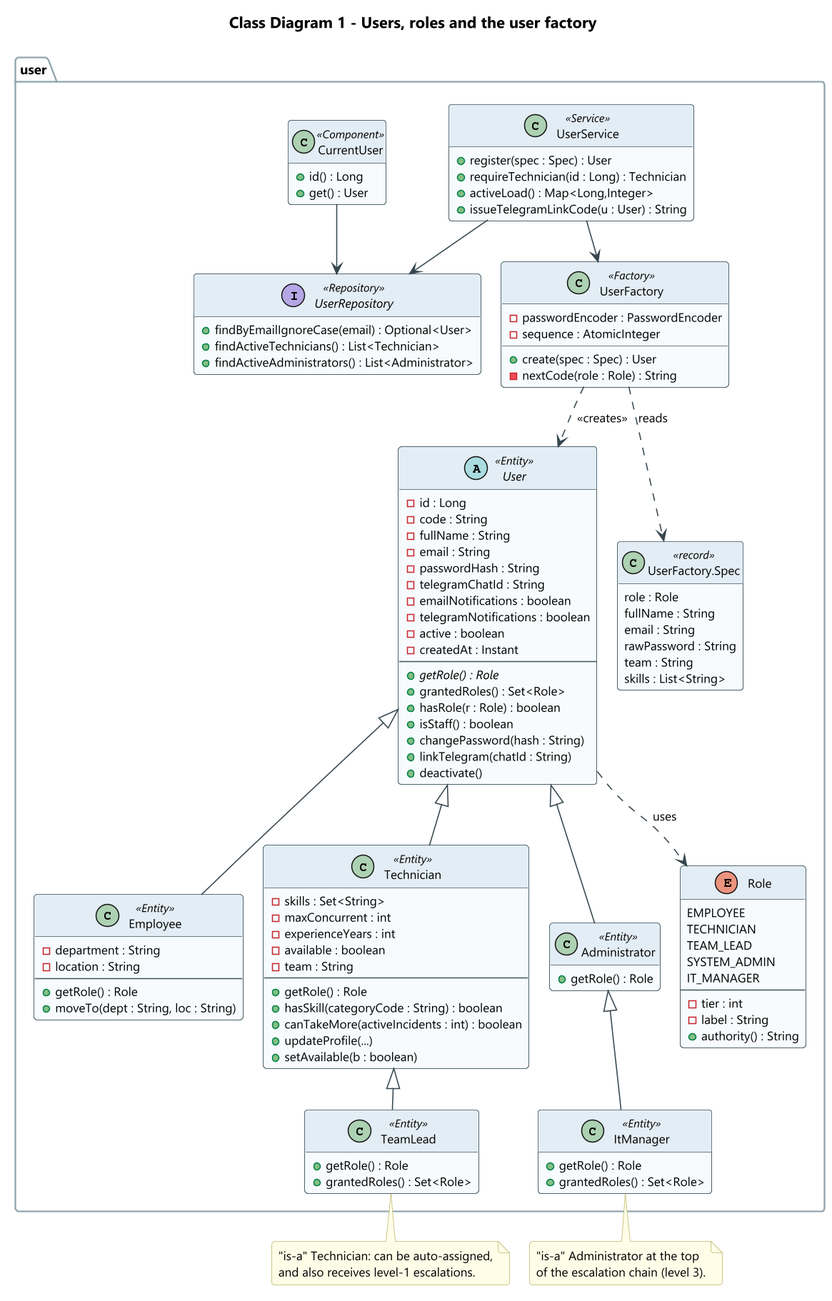
The PlantUML diagram docs/uml/class-users.png in ashaswanth10-a11y/OOP_37, before a commit.
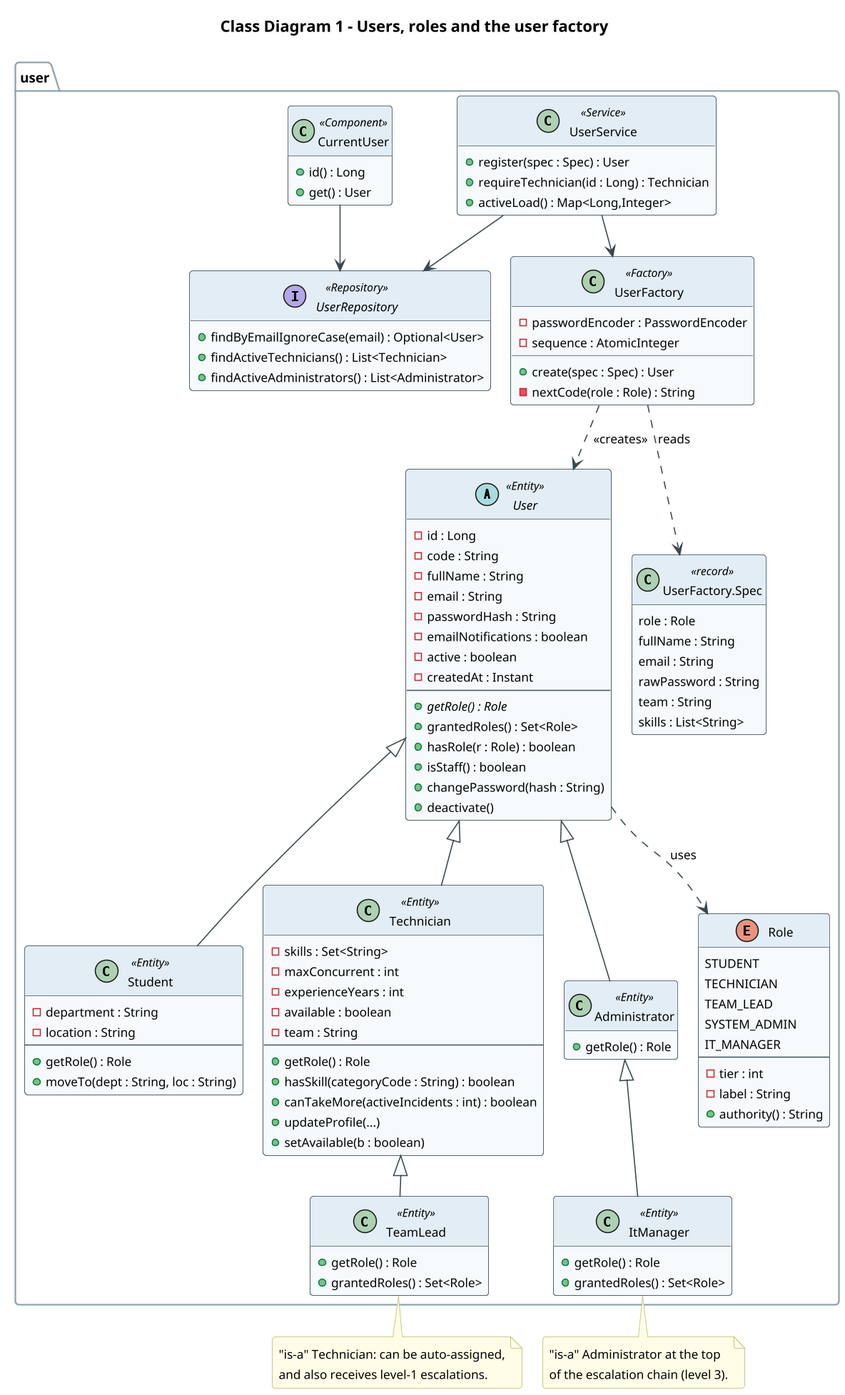
After the change.

Diff of the diagram source:
```diff
@@ -9,9 +9,7 @@
     - fullName : String
     - email : String
     - passwordHash : String
-    - telegramChatId : String
     - emailNotifications : boolean
-    - telegramNotifications : boolean
     - active : boolean
     - createdAt : Instant
     --
@@ -20,11 +18,10 @@
     + hasRole(r : Role) : boolean
     + isStaff() : boolean
     + changePassword(hash : String)
-    + linkTelegram(chatId : String)
     + deactivate()
   }
 
-  class Employee <<Entity>> {
+  class Student <<Entity>> {
     - department : String
     - location : String
     --
@@ -61,7 +58,7 @@
   }
 
   enum Role {
-    EMPLOYEE
+    STUDENT
     TECHNICIAN
     TEAM_LEAD
     SYSTEM_ADMIN
@@ -98,7 +95,6 @@
     + register(spec : Spec) : User
     + requireTechnician(id : Long) : Technician
     + activeLoad() : Map<Long,Integer>
-    + issueTelegramLinkCode(u : User) : String
   }
 
   class CurrentUser <<Component>> {
@@ -107,7 +103,7 @@
   }
 }
 
-User <|-- Employee
+User <|-- Student
 User <|-- Technician
 Technician <|-- TeamLead
 User <|-- Administrator
```
